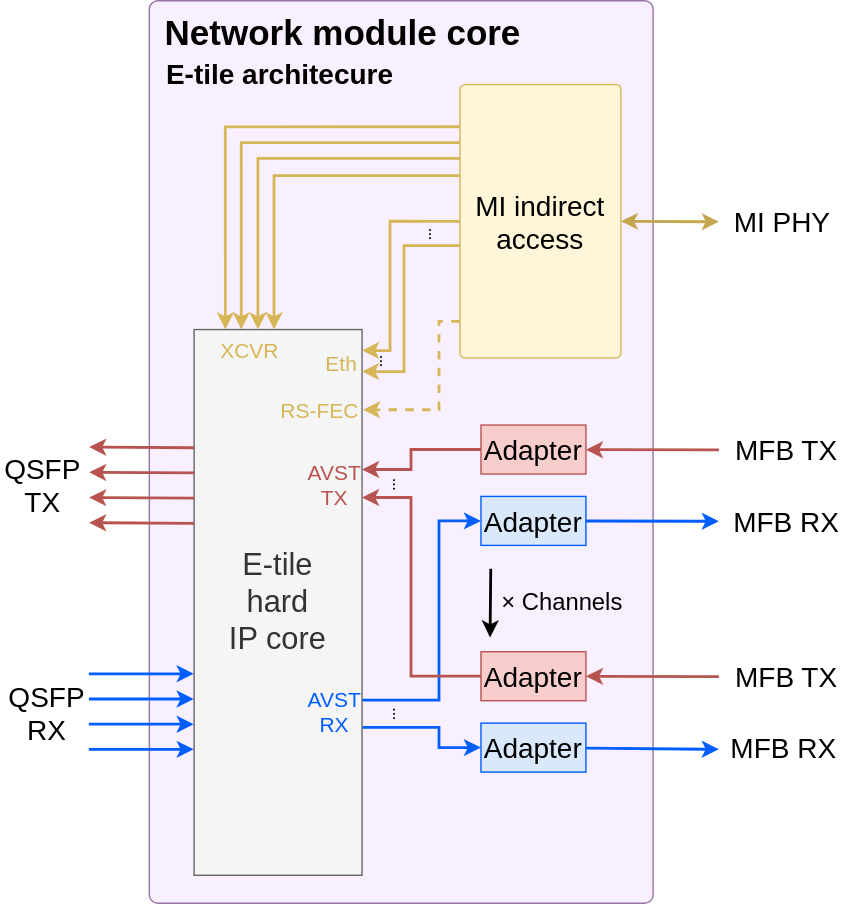
CESNET/ndk-core keeps this draw.io diagram as intel/doc/img/etile_network_module_core.svg. Above is the earlier version. Source tidied: cells renumbered, new cells last; positions are measured from the earlier drawing's top-left corner, leaving out a move shared by most shapes.
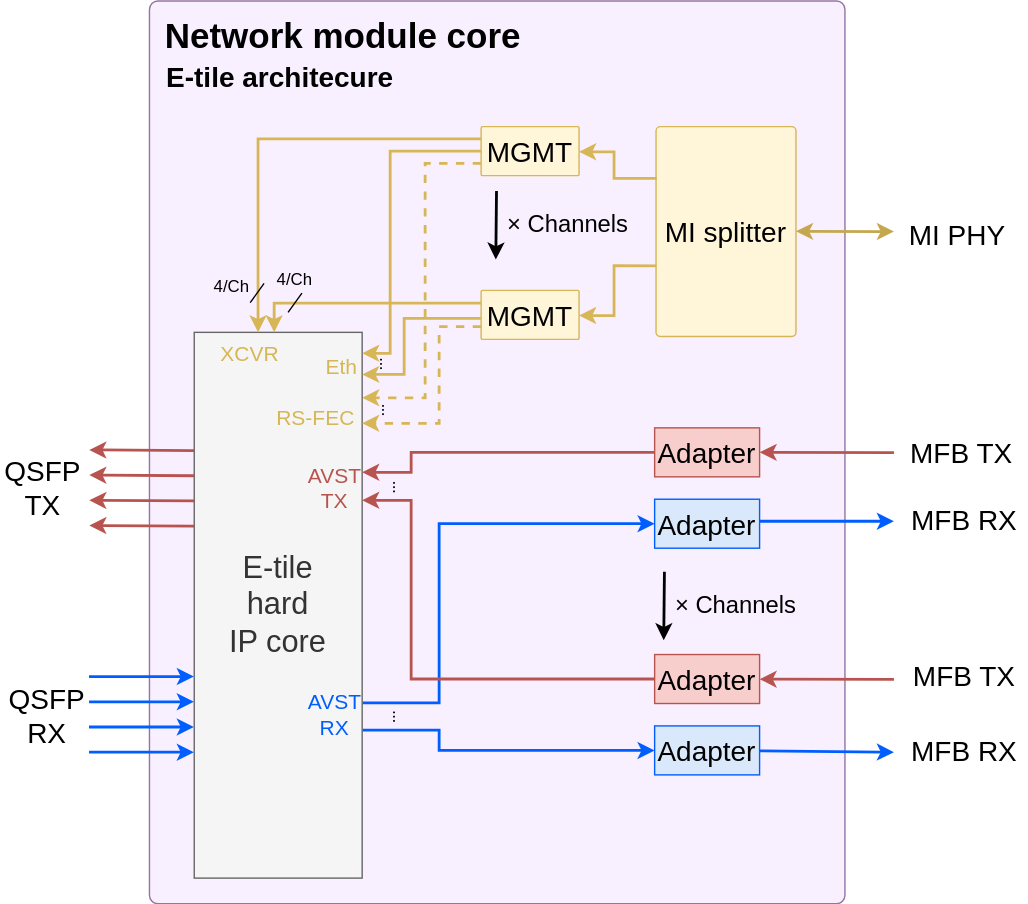
The same diagram one commit later.

Diff of the diagram source:
```diff
@@ -5,3 +5,3 @@
     <mxCell id="2" style="rounded=1;whiteSpace=wrap;html=1;align=center;absoluteArcSize=1;arcSize=12;fillColor=#F9F0FF;strokeColor=#9673a6;" parent="1" vertex="1">
-      <mxGeometry x="106" width="360" height="645" as="geometry" />
+      <mxGeometry x="106" y="-1.8" width="497" height="645" as="geometry" />
     </mxCell>
@@ -15,3 +15,11 @@
     </mxCell>
+    <mxCell id="56" style="edgeStyle=orthogonalEdgeStyle;rounded=0;jettySize=auto;html=1;exitX=0;exitY=0.75;exitDx=0;exitDy=0;entryX=1;entryY=0.12;entryDx=0;entryDy=0;strokeColor=#D6B656;entryPerimeter=0;strokeWidth=2;dashed=1;" parent="1" edge="1" source="59" target="4">
+      <mxGeometry relative="1" as="geometry">
+        <Array as="points">
+          <mxPoint x="303" y="114" />
+          <mxPoint x="303" y="282" />
+        </Array>
+      </mxGeometry>
+    </mxCell>
-    <mxCell id="4" value="&lt;font style=&quot;font-size: 22px;&quot;&gt;E-tile&lt;br style=&quot;font-size: 22px;&quot;&gt;hard&lt;br style=&quot;font-size: 22px;&quot;&gt;IP core&lt;/font&gt;" style="rounded=0;whiteSpace=wrap;html=1;fillColor=#f5f5f5;strokeColor=#666666;fontSize=22;fontColor=#333333;" parent="1" vertex="1">
+    <mxCell id="4" value="&lt;font style=&quot;font-size: 22px;&quot;&gt;E-tile&lt;br style=&quot;font-size: 22px;&quot;&gt;hard&lt;br style=&quot;font-size: 22px;&quot;&gt;IP core&lt;/font&gt;" style="rounded=0;whiteSpace=wrap;html=1;fillColor=#f5f5f5;strokeColor=#666666;fontSize=22;fontColor=#333333;points=[[0,0,0,0,0],[0,0.25,0,0,0],[0,0.5,0,0,0],[0,0.75,0,0,0],[0,1,0,0,0],[0.25,0,0,0,0],[0.25,1,0,0,0],[0.5,0,0,0,0],[0.5,1,0,0,0],[0.75,0,0,0,0],[0.75,1,0,0,0],[1,0,0,0,0],[1,0.12,0,0,0],[1,0.15,0,0,0],[1,0.19,0,0,0],[1,0.24,0,0,0],[1,0.28,0,0,0],[1,0.51,0,0,0],[1,0.55,0,0,0],[1,0.75,0,0,0],[1,1,0,0,0]];" parent="1" vertex="1">
       <mxGeometry x="138" y="235" width="120" height="390" as="geometry" />
@@ -27,5 +35,5 @@
     </mxCell>
-    <mxCell id="6" style="edgeStyle=none;rounded=0;jettySize=auto;html=1;strokeWidth=2;fontSize=17;fillColor=#f8cecc;strokeColor=#b85450;" parent="1" edge="1" target="7">
+    <mxCell id="6" style="edgeStyle=none;rounded=0;jettySize=auto;html=1;strokeWidth=2;fontSize=17;fillColor=#f8cecc;strokeColor=#b85450;entryX=1;entryY=0.5;entryDx=0;entryDy=0;snapToPoint=0;" parent="1" edge="1" target="7">
       <mxGeometry relative="1" as="geometry">
-        <mxPoint x="513" y="321" as="sourcePoint" />
+        <mxPoint x="638" y="321" as="sourcePoint" />
       </mxGeometry>
@@ -33,7 +41,8 @@
     <mxCell id="7" value="&lt;font style=&quot;font-size: 20px;&quot;&gt;Adapter&lt;/font&gt;" style="rounded=0;whiteSpace=wrap;html=1;fillColor=#f8cecc;strokeColor=#b85450;fontSize=20;" parent="1" vertex="1">
-      <mxGeometry x="343" y="303.2" width="75" height="35" as="geometry" />
+      <mxGeometry x="467" y="303.2" width="75" height="35" as="geometry" />
     </mxCell>
-    <mxCell id="8" style="edgeStyle=none;rounded=0;jettySize=auto;html=1;strokeWidth=2;fontSize=17;strokeColor=#005EFF;" parent="1" edge="1" source="9">
+    <mxCell id="8" style="edgeStyle=none;rounded=0;orthogonalLoop=1;jettySize=auto;html=1;strokeWidth=2;fontSize=17;strokeColor=#005EFF;" parent="1" edge="1">
       <mxGeometry relative="1" as="geometry">
-        <mxPoint x="513" y="372" as="targetPoint" />
+        <mxPoint x="542" y="370" as="sourcePoint" />
+        <mxPoint x="638" y="370" as="targetPoint" />
       </mxGeometry>
@@ -41,3 +50,3 @@
     <mxCell id="9" value="&lt;font style=&quot;font-size: 20px;&quot;&gt;Adapter&lt;/font&gt;" style="rounded=0;whiteSpace=wrap;html=1;fillColor=#dae8fc;strokeColor=#005EFF;fontSize=20;" parent="1" vertex="1">
-      <mxGeometry x="343" y="354.2" width="75" height="35" as="geometry" />
+      <mxGeometry x="467" y="354.2" width="75" height="35" as="geometry" />
     </mxCell>
@@ -108,3 +117,3 @@
       <mxGeometry relative="1" as="geometry">
-        <mxPoint x="513" y="483" as="sourcePoint" />
+        <mxPoint x="638" y="483" as="sourcePoint" />
       </mxGeometry>
@@ -121,3 +130,3 @@
     <mxCell id="25" value="&lt;font style=&quot;font-size: 20px;&quot;&gt;Adapter&lt;/font&gt;" style="rounded=0;whiteSpace=wrap;html=1;fillColor=#f8cecc;strokeColor=#b85450;fontSize=20;" parent="1" vertex="1">
-      <mxGeometry x="343" y="465.2" width="75" height="35" as="geometry" />
+      <mxGeometry x="467" y="465.2" width="75" height="35" as="geometry" />
     </mxCell>
@@ -132,3 +141,3 @@
       <mxGeometry relative="1" as="geometry">
-        <mxPoint x="513" y="535" as="targetPoint" />
+        <mxPoint x="638" y="535" as="targetPoint" />
       </mxGeometry>
@@ -136,6 +145,6 @@
     <mxCell id="28" value="&lt;font style=&quot;font-size: 20px;&quot;&gt;Adapter&lt;/font&gt;" style="rounded=0;whiteSpace=wrap;html=1;fillColor=#dae8fc;strokeColor=#005EFF;fontSize=20;" parent="1" vertex="1">
-      <mxGeometry x="343" y="516.2" width="75" height="35" as="geometry" />
+      <mxGeometry x="467" y="516.2" width="75" height="35" as="geometry" />
     </mxCell>
     <mxCell id="29" style="group;" parent="1" vertex="1">
-      <mxGeometry x="324" y="392" width="139.5" height="77" as="geometry" />
+      <mxGeometry x="448" y="392" width="139.5" height="77" as="geometry" />
     </mxCell>
@@ -150,28 +159,13 @@
     </mxCell>
-    <mxCell id="32" value="&lt;font face=&quot;Comic Sans MS&quot;&gt;...&lt;/font&gt;" style="text;html=1;strokeColor=none;fillColor=none;align=center;verticalAlign=middle;whiteSpace=wrap;rounded=0;horizontal=1;rotation=-90;" parent="1" vertex="1">
-      <mxGeometry x="289" y="159" width="30" height="16.5" as="geometry" />
-    </mxCell>
-    <mxCell id="33" style="edgeStyle=orthogonalEdgeStyle;rounded=0;jettySize=auto;html=1;entryX=0.186;entryY=0;entryDx=0;entryDy=0;entryPerimeter=0;endArrow=classic;endFill=1;exitX=-0.002;exitY=0.154;exitDx=0;exitDy=0;exitPerimeter=0;fillColor=#fff2cc;strokeColor=#d6b656;strokeWidth=2;" parent="1" edge="1" source="41" target="4">
-      <mxGeometry relative="1" as="geometry" />
-    </mxCell>
-    <mxCell id="34" value="MI PHY" style="text;html=1;align=center;verticalAlign=middle;fontSize=20;" parent="1" vertex="1">
-      <mxGeometry x="518" y="142.6" width="80" height="30" as="geometry" />
-    </mxCell>
-    <mxCell id="35" style="rounded=0;jettySize=auto;html=1;startArrow=classic;startFill=1;endArrow=classic;endFill=1;strokeColor=#C4A74E;exitX=1;exitY=0.5;exitDx=0;exitDy=0;strokeWidth=2;" parent="1" edge="1" source="41">
-      <mxGeometry relative="1" as="geometry">
-        <mxPoint x="513" y="158" as="targetPoint" />
-      </mxGeometry>
-    </mxCell>
-    <mxCell id="36" style="rounded=0;jettySize=auto;html=1;entryX=0.281;entryY=0;entryDx=0;entryDy=0;endArrow=classic;endFill=1;exitX=-0.002;exitY=0.212;exitDx=0;exitDy=0;exitPerimeter=0;edgeStyle=orthogonalEdgeStyle;entryPerimeter=0;fillColor=#fff2cc;strokeColor=#d6b656;strokeWidth=2;" parent="1" edge="1" source="41" target="4">
-      <mxGeometry relative="1" as="geometry" />
-    </mxCell>
-    <mxCell id="37" style="edgeStyle=orthogonalEdgeStyle;rounded=0;jettySize=auto;html=1;entryX=0.38;entryY=0;entryDx=0;entryDy=0;entryPerimeter=0;endArrow=classic;endFill=1;exitX=0;exitY=0.27;exitDx=0;exitDy=0;exitPerimeter=0;fillColor=#fff2cc;strokeColor=#d6b656;strokeWidth=2;" parent="1" edge="1" source="41" target="4">
-      <mxGeometry relative="1" as="geometry" />
+    <mxCell id="37" style="edgeStyle=orthogonalEdgeStyle;rounded=0;jettySize=auto;html=1;entryX=0.38;entryY=0;entryDx=0;entryDy=0;entryPerimeter=0;endArrow=classic;endFill=1;exitX=0;exitY=0.25;exitDx=0;exitDy=0;fillColor=#fff2cc;strokeColor=#d6b656;strokeWidth=2;" parent="1" edge="1" source="59" target="4">
+      <mxGeometry relative="1" as="geometry">
+        <Array as="points">
+          <mxPoint x="184" y="97" />
+        </Array>
+      </mxGeometry>
     </mxCell>
-    <mxCell id="38" style="rounded=0;jettySize=auto;html=1;entryX=0.476;entryY=0;entryDx=0;entryDy=0;endArrow=classic;endFill=1;edgeStyle=orthogonalEdgeStyle;entryPerimeter=0;fillColor=#fff2cc;strokeColor=#d6b656;strokeWidth=2;" parent="1" edge="1" target="4">
+    <mxCell id="38" style="rounded=0;jettySize=auto;html=1;entryX=0.476;entryY=0;entryDx=0;entryDy=0;endArrow=classic;endFill=1;edgeStyle=orthogonalEdgeStyle;entryPerimeter=0;fillColor=#fff2cc;strokeColor=#d6b656;strokeWidth=2;exitX=0;exitY=0.26;exitDx=0;exitDy=0;exitPerimeter=0;" parent="1" edge="1" source="62" target="4">
       <mxGeometry relative="1" as="geometry">
-        <mxPoint x="328" y="125" as="sourcePoint" />
         <Array as="points">
-          <mxPoint x="328" y="125" />
-          <mxPoint x="195" y="125" />
+          <mxPoint x="195" y="214" />
         </Array>
@@ -179,16 +173,9 @@
     </mxCell>
-    <mxCell id="39" style="edgeStyle=orthogonalEdgeStyle;rounded=0;jettySize=auto;html=1;endArrow=classic;endFill=1;strokeWidth=2;exitX=0;exitY=0.5;exitDx=0;exitDy=0;fillColor=#fff2cc;strokeColor=#d6b656;" parent="1" edge="1" source="41">
-      <mxGeometry relative="1" as="geometry">
-        <mxPoint x="258" y="250" as="targetPoint" />
-        <Array as="points">
-          <mxPoint x="278" y="158" />
-          <mxPoint x="278" y="250" />
-        </Array>
-      </mxGeometry>
-    </mxCell>
-    <mxCell id="40" style="edgeStyle=orthogonalEdgeStyle;rounded=0;jettySize=auto;html=1;exitX=-0.002;exitY=0.866;exitDx=0;exitDy=0;entryX=1.006;entryY=0.147;entryDx=0;entryDy=0;entryPerimeter=0;endArrow=classic;endFill=1;strokeWidth=2;dashed=1;exitPerimeter=0;fillColor=#fff2cc;strokeColor=#d6b656;" parent="1" edge="1" source="41" target="4">
+    <mxCell id="40" style="edgeStyle=orthogonalEdgeStyle;rounded=0;jettySize=auto;html=1;exitX=0;exitY=0.74;exitDx=0;exitDy=0;endArrow=classic;endFill=1;strokeWidth=2;dashed=1;exitPerimeter=0;fillColor=#fff2cc;strokeColor=#d6b656;" parent="1" edge="1" source="62">
       <mxGeometry relative="1" as="geometry">
+        <mxPoint x="258" y="300" as="targetPoint" />
         <Array as="points">
-          <mxPoint x="313" y="229" />
-          <mxPoint x="313" y="292" />
+          <mxPoint x="313" y="231" />
+          <mxPoint x="313" y="300" />
+          <mxPoint x="258" y="300" />
         </Array>
@@ -196,10 +183,6 @@
     </mxCell>
-    <mxCell id="41" value="&lt;font style=&quot;font-size: 20px;&quot;&gt;MI indirect access&lt;/font&gt;" style="rounded=1;whiteSpace=wrap;html=1;fillColor=#FFF5D9;strokeColor=#d6b656;arcSize=3;verticalAlign=middle;fontSize=20;" parent="1" vertex="1">
-      <mxGeometry x="328" y="60" width="115" height="195.3" as="geometry" />
-    </mxCell>
-    <mxCell id="42" style="edgeStyle=orthogonalEdgeStyle;rounded=0;jettySize=auto;html=1;entryX=1;entryY=0.077;entryDx=0;entryDy=0;entryPerimeter=0;endArrow=classic;endFill=1;strokeWidth=2;fillColor=#fff2cc;strokeColor=#d6b656;" parent="1" edge="1" target="4">
+    <mxCell id="42" style="edgeStyle=orthogonalEdgeStyle;rounded=0;jettySize=auto;html=1;entryX=1;entryY=0.077;entryDx=0;entryDy=0;entryPerimeter=0;endArrow=classic;endFill=1;strokeWidth=2;fillColor=#fff2cc;strokeColor=#d6b656;exitX=0;exitY=0.571;exitDx=0;exitDy=0;exitPerimeter=0;" parent="1" edge="1" source="62" target="4">
       <mxGeometry relative="1" as="geometry">
-        <mxPoint x="328" y="175" as="sourcePoint" />
         <Array as="points">
-          <mxPoint x="288" y="175" />
+          <mxPoint x="288" y="225" />
           <mxPoint x="288" y="265" />
@@ -215,3 +198,3 @@
     <mxCell id="45" value="&lt;font color=&quot;#d6b656&quot;&gt;RS-FEC&lt;/font&gt;" style="text;html=1;strokeColor=none;fillColor=none;align=center;verticalAlign=middle;whiteSpace=wrap;rounded=0;fontSize=15;" parent="1" vertex="1">
-      <mxGeometry x="198" y="283.2" width="60" height="20" as="geometry" />
+      <mxGeometry x="195" y="285.7" width="60" height="20" as="geometry" />
     </mxCell>
@@ -224,12 +207,12 @@
     <mxCell id="48" value="MFB TX" style="text;html=1;align=center;verticalAlign=middle;fontSize=20;" parent="1" vertex="1">
-      <mxGeometry x="518" y="305.7" width="85" height="30" as="geometry" />
+      <mxGeometry x="643" y="306.2" width="85" height="30" as="geometry" />
     </mxCell>
     <mxCell id="49" value="MFB TX" style="text;html=1;align=center;verticalAlign=middle;fontSize=20;" parent="1" vertex="1">
-      <mxGeometry x="518" y="467.7" width="85" height="30" as="geometry" />
+      <mxGeometry x="645.5" y="465.2" width="85" height="30" as="geometry" />
     </mxCell>
     <mxCell id="50" value="MFB RX" style="text;html=1;align=center;verticalAlign=middle;fontSize=20;" parent="1" vertex="1">
-      <mxGeometry x="516" y="356.7" width="90" height="30" as="geometry" />
+      <mxGeometry x="643" y="354.2" width="90" height="30" as="geometry" />
     </mxCell>
     <mxCell id="51" value="MFB RX" style="text;html=1;align=center;verticalAlign=middle;fontSize=20;" parent="1" vertex="1">
-      <mxGeometry x="513.5" y="518.7" width="90" height="30" as="geometry" />
+      <mxGeometry x="643" y="518.7" width="90" height="30" as="geometry" />
     </mxCell>
@@ -247,2 +230,80 @@
     </mxCell>
+    <mxCell id="57" value="&lt;font style=&quot;font-size: 20px;&quot;&gt;MI splitter&lt;br&gt;&lt;/font&gt;" style="rounded=1;whiteSpace=wrap;html=1;fillColor=#FFF5D9;strokeColor=#d6b656;arcSize=3;verticalAlign=middle;fontSize=20;absoluteArcSize=0;points=[[0,0,0,0,0],[0,0.25,0,0,0],[0,0.42,0,0,0],[0,0.5,0,0,0],[0,0.58,0,0,0],[0,1,0,0,0],[0.25,0,0,0,0],[0.25,1,0,0,0],[0.5,0,0,0,0],[0.5,1,0,0,0],[0.75,0,0,0,0],[0.75,1,0,0,0],[1,0,0,0,0],[1,0.25,0,0,0],[1,0.5,0,0,0],[1,0.75,0,0,0],[1,1,0,0,0]];" parent="1" vertex="1">
+      <mxGeometry x="468" y="88" width="100" height="150" as="geometry" />
+    </mxCell>
+    <mxCell id="58" style="edgeStyle=orthogonalEdgeStyle;rounded=0;jettySize=auto;html=1;startSize=6;exitX=0.005;exitY=0.246;exitDx=0;exitDy=0;exitPerimeter=0;strokeColor=#D6B656;strokeWidth=2;" parent="1" edge="1" source="57" target="59">
+      <mxGeometry relative="1" as="geometry">
+        <Array as="points">
+          <mxPoint x="438" y="125" />
+          <mxPoint x="438" y="106" />
+        </Array>
+      </mxGeometry>
+    </mxCell>
+    <mxCell id="59" value="MGMT" style="rounded=1;whiteSpace=wrap;html=1;fillColor=#FFF5D9;strokeColor=#d6b656;arcSize=3;verticalAlign=middle;fontSize=20;" parent="1" vertex="1">
+      <mxGeometry x="343" y="88" width="70" height="35" as="geometry" />
+    </mxCell>
+    <mxCell id="60" style="rounded=0;orthogonalLoop=1;jettySize=auto;html=1;startArrow=classic;startFill=1;endArrow=classic;endFill=1;strokeColor=#C4A74E;exitX=1;exitY=0.5;exitDx=0;exitDy=0;strokeWidth=2;" parent="1" edge="1">
+      <mxGeometry relative="1" as="geometry">
+        <mxPoint x="568" y="162.8" as="sourcePoint" />
+        <mxPoint x="638" y="163" as="targetPoint" />
+      </mxGeometry>
+    </mxCell>
+    <mxCell id="34" value="MI PHY" style="text;html=1;align=center;verticalAlign=middle;fontSize=20;" parent="1" vertex="1">
+      <mxGeometry x="643" y="150" width="80" height="30" as="geometry" />
+    </mxCell>
+    <mxCell id="61" style="edgeStyle=orthogonalEdgeStyle;rounded=0;orthogonalLoop=1;jettySize=auto;html=1;exitX=0.002;exitY=0.663;exitDx=0;exitDy=0;exitPerimeter=0;strokeColor=#D6B656;strokeWidth=2;" parent="1" edge="1">
+      <mxGeometry relative="1" as="geometry">
+        <mxPoint x="468.2" y="187.4" as="sourcePoint" />
+        <mxPoint x="413" y="223" as="targetPoint" />
+        <Array as="points">
+          <mxPoint x="438" y="187" />
+          <mxPoint x="438" y="223" />
+        </Array>
+      </mxGeometry>
+    </mxCell>
+    <mxCell id="62" value="MGMT" style="rounded=1;whiteSpace=wrap;html=1;fillColor=#FFF5D9;strokeColor=#d6b656;arcSize=3;verticalAlign=middle;fontSize=20;points=[[0,0,0,0,0],[0,0.26,0,0,0],[0,0.51,0,0,0],[0,0.74,0,0,0],[0,1,0,0,0],[0.26,0,0,0,0],[0.26,1,0,0,0],[0.5,0,0,0,0],[0.5,1,0,0,0],[0.76,0,0,0,0],[0.76,1,0,0,0],[1,0,0,0,0],[1,0.26,0,0,0],[1,0.51,0,0,0],[1,0.74,0,0,0],[1,1,0,0,0]];" parent="1" vertex="1">
+      <mxGeometry x="343" y="205" width="70" height="35" as="geometry" />
+    </mxCell>
+    <mxCell id="63" style="edgeStyle=orthogonalEdgeStyle;rounded=0;jettySize=auto;html=1;endArrow=classic;endFill=1;strokeWidth=2;fillColor=#fff2cc;strokeColor=#d6b656;exitX=0;exitY=0.5;exitDx=0;exitDy=0;" parent="1" edge="1" source="59">
+      <mxGeometry relative="1" as="geometry">
+        <mxPoint x="258" y="250" as="targetPoint" />
+        <Array as="points">
+          <mxPoint x="278" y="105" />
+          <mxPoint x="278" y="250" />
+        </Array>
+      </mxGeometry>
+    </mxCell>
+    <mxCell id="64" value="4/Ch" style="text;html=1;strokeColor=none;fillColor=none;align=center;verticalAlign=middle;whiteSpace=wrap;rounded=0;dashed=1;" parent="1" vertex="1">
+      <mxGeometry x="153" y="195" width="24" height="15" as="geometry" />
+    </mxCell>
+    <mxCell id="65" style="endArrow=none;html=1;rounded=0;" parent="1" edge="1">
+      <mxGeometry relative="1" as="geometry">
+        <mxPoint x="178" y="213.8" as="sourcePoint" />
+        <mxPoint x="187.9" y="200" as="targetPoint" />
+      </mxGeometry>
+    </mxCell>
+    <mxCell id="66" style="endArrow=none;html=1;rounded=0;" parent="1" edge="1">
+      <mxGeometry relative="1" as="geometry">
+        <mxPoint x="205.1" y="220.8" as="sourcePoint" />
+        <mxPoint x="215" y="207" as="targetPoint" />
+      </mxGeometry>
+    </mxCell>
+    <mxCell id="67" value="4/Ch" style="text;html=1;strokeColor=none;fillColor=none;align=center;verticalAlign=middle;whiteSpace=wrap;rounded=0;dashed=1;" parent="1" vertex="1">
+      <mxGeometry x="198" y="190" width="24" height="15" as="geometry" />
+    </mxCell>
+    <mxCell id="68" style="group;" parent="1" vertex="1">
+      <mxGeometry x="328" y="120" width="139.5" height="77" as="geometry" />
+    </mxCell>
+    <mxCell id="69" style="endArrow=classic;html=1;strokeColor=#000000;strokeWidth=2;fontSize=20;" parent="68" edge="1">
+      <mxGeometry relative="1" as="geometry">
+        <mxPoint x="26" y="14" as="sourcePoint" />
+        <mxPoint x="25.5" y="63" as="targetPoint" />
+      </mxGeometry>
+    </mxCell>
+    <mxCell id="70" value="&lt;span style=&quot;font-family: helvetica; font-size: 17px; font-style: normal; font-weight: 400; letter-spacing: normal; text-align: center; text-indent: 0px; text-transform: none; word-spacing: 0px; float: none; display: inline;&quot;&gt;× Channels&lt;/span&gt;" style="text;whiteSpace=wrap;html=1;fontSize=17;" parent="68" vertex="1">
+      <mxGeometry x="31.5" y="22" width="108" height="36" as="geometry" />
+    </mxCell>
+    <mxCell id="32" value="&lt;font face=&quot;Comic Sans MS&quot;&gt;...&lt;/font&gt;" style="text;html=1;strokeColor=none;fillColor=none;align=center;verticalAlign=middle;whiteSpace=wrap;rounded=0;horizontal=1;rotation=-90;" parent="1" vertex="1">
+      <mxGeometry x="255" y="282.8" width="30" height="16.5" as="geometry" />
+    </mxCell>
   </root>
```
